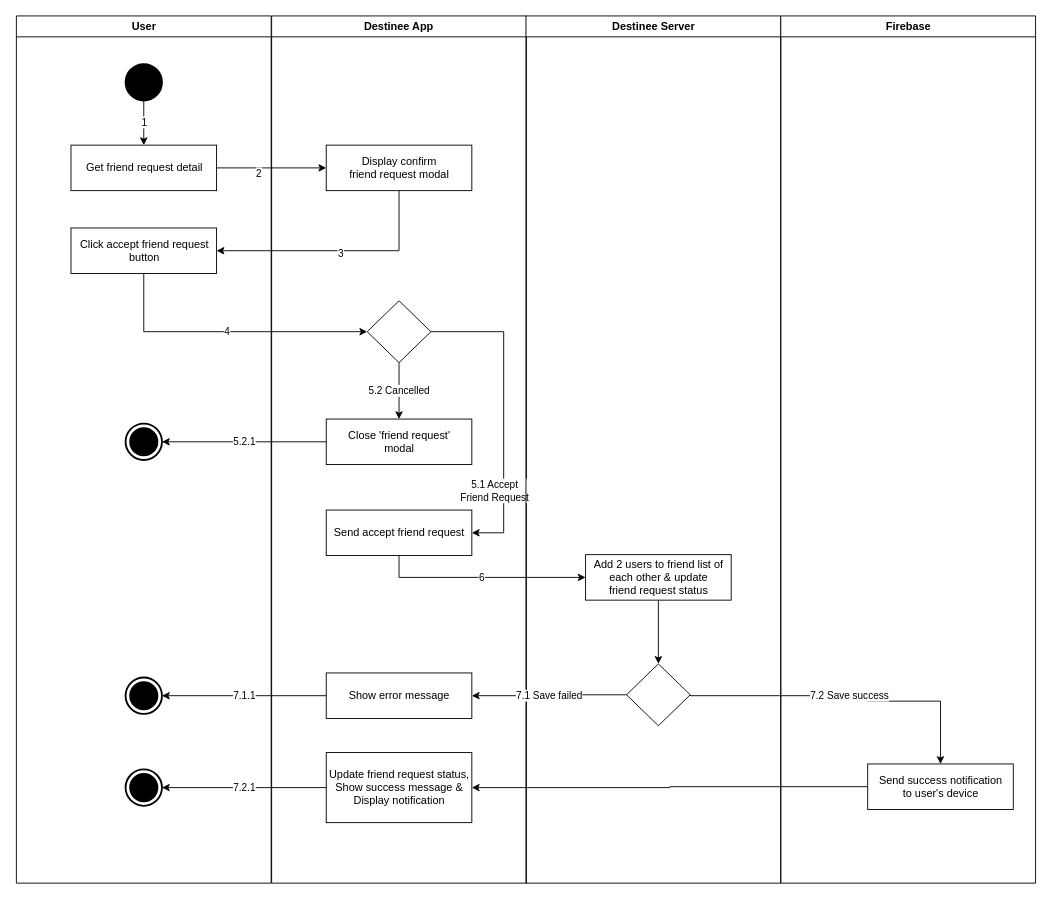
Above: page "AcceptFriendRequest" (5 of 15) of activity-diagram.drawio in jungtin/destinee-diagrams (draw.io), before the change. Source tidied: cells renumbered, new cells numbered last; positions are measured from the earlier drawing's top-left corner, leaving out a move shared by most shapes. Both pictures are drawn from the tidied source at 91%, with x=0, y=0 at pixel (15, 15).
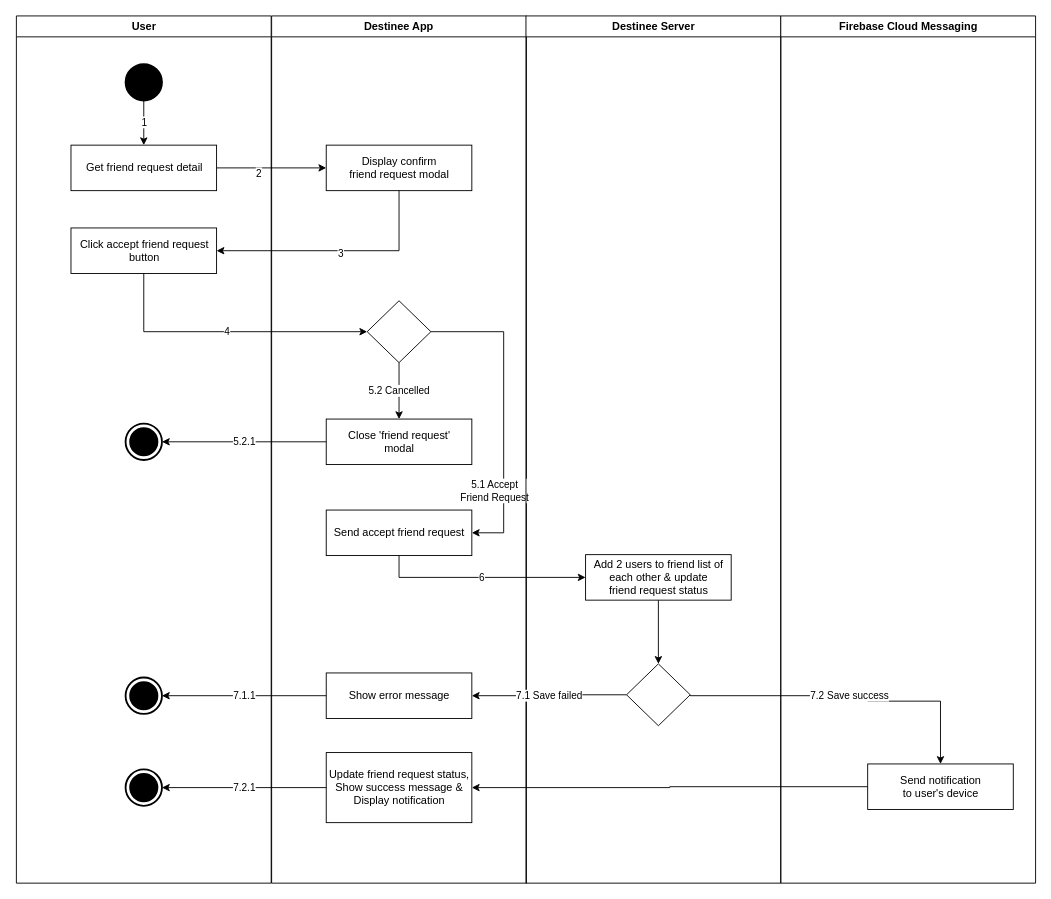
After the change.

What changed in the source:
```diff
@@
-    <mxCell id="33" value="Firebase" style="swimlane;whiteSpace=wrap;" parent="1" vertex="1">
+    <mxCell id="33" value="Firebase Cloud Messaging" style="swimlane;whiteSpace=wrap;" parent="1" vertex="1">
       <mxGeometry x="840.5" width="280" height="953" as="geometry" />
     </mxCell>
-    <mxCell id="34" value="Send success notification&lt;br&gt;to user's device" style="html=1;dashed=0;whitespace=wrap;" parent="33" vertex="1">
+    <mxCell id="34" value="Send notification&lt;br&gt;to user's device" style="html=1;dashed=0;whitespace=wrap;" parent="33" vertex="1">
       <mxGeometry x="95.5" y="822" width="160" height="50" as="geometry" />
     </mxCell>
```
